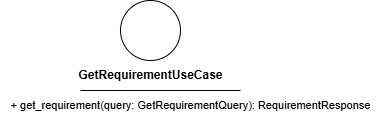
Earlier version of the draw.io export src/PB/DocumentazioneEsterna/Specifica_Tecnica/content/uml/png/Valutazione/GetRequirementUseCase.png (GroupRubberDuck/Documentazione). Source tidied: cells renumbered, new cells last; positions are measured from the earlier drawing's top-left corner, leaving out a move shared by most shapes. The source it was exported from:
```xml
<mxGraphModel>
  <root>
    <mxCell id="0" />
    <mxCell id="1" parent="0" />
    <mxCell id="2" style="ellipse;whiteSpace=wrap;html=1;" parent="1" vertex="1">
      <mxGeometry x="120" width="60" height="60" as="geometry" />
    </mxCell>
    <mxCell id="3" value="&lt;b&gt;GetRequirementUseCase&lt;/b&gt;" style="text;html=1;align=center;verticalAlign=middle;strokeColor=none;fillColor=none;" parent="1" vertex="1">
      <mxGeometry x="65" y="60" width="170" height="30" as="geometry" />
    </mxCell>
    <mxCell id="4" style="endArrow=none;html=1;" parent="1" edge="1">
      <mxGeometry relative="1" as="geometry">
        <mxPoint x="80" y="90" as="sourcePoint" />
        <mxPoint x="240" y="90" as="targetPoint" />
        <Array as="points">
          <mxPoint x="160" y="90" />
        </Array>
      </mxGeometry>
    </mxCell>
    <mxCell id="5" value="&lt;font style=&quot;font-size: 11px;&quot;&gt;+ get_requirement(query: GetRequirementQuery): RequirementResponse&lt;/font&gt;" style="text;html=1;align=center;verticalAlign=middle;strokeColor=none;fillColor=none;" parent="1" vertex="1">
      <mxGeometry y="90" width="380" height="30" as="geometry" />
    </mxCell>
  </root>
</mxGraphModel>
```
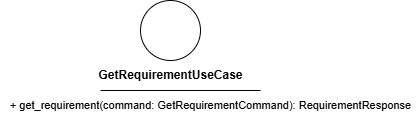
After the change.

The edit, as a diff of the source:
```diff
@@ -17,8 +17,8 @@
         </Array>
       </mxGeometry>
     </mxCell>
-    <mxCell id="5" value="&lt;font style=&quot;font-size: 11px;&quot;&gt;+ get_requirement(query: GetRequirementQuery): RequirementResponse&lt;/font&gt;" style="text;html=1;align=center;verticalAlign=middle;strokeColor=none;fillColor=none;" parent="1" vertex="1">
-      <mxGeometry y="90" width="380" height="30" as="geometry" />
+    <mxCell id="5" value="&lt;font style=&quot;font-size: 11px;&quot;&gt;+ get_requirement(command: GetRequirementCommand): RequirementResponse&lt;/font&gt;" style="text;html=1;align=center;verticalAlign=middle;strokeColor=none;fillColor=none;" parent="1" vertex="1">
+      <mxGeometry x="-20" y="90" width="420" height="30" as="geometry" />
     </mxCell>
   </root>
 </mxGraphModel>
```
